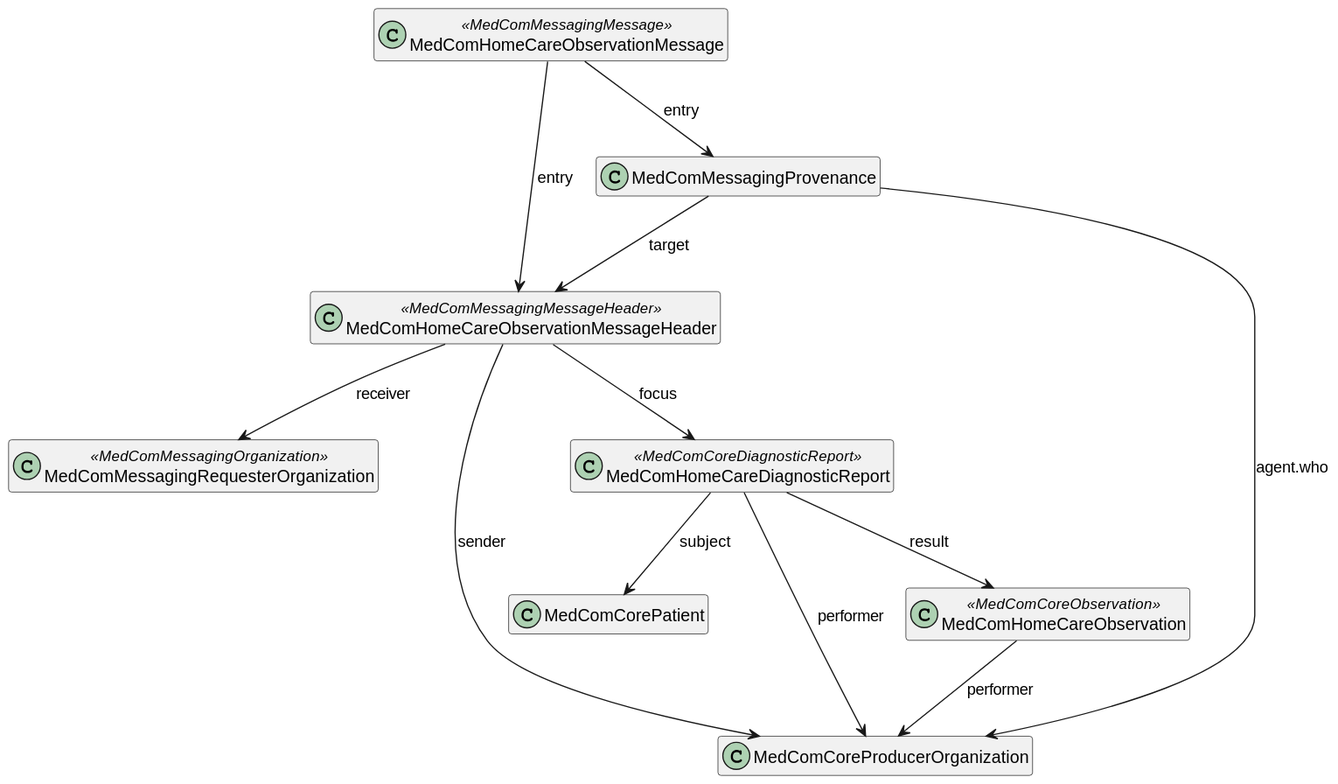
The PlantUML diagram input/images/HomeCareObservation/HomeCareObservationMessage.svg in medcomdk/dk_MunicipalityObservationResults, before a commit.
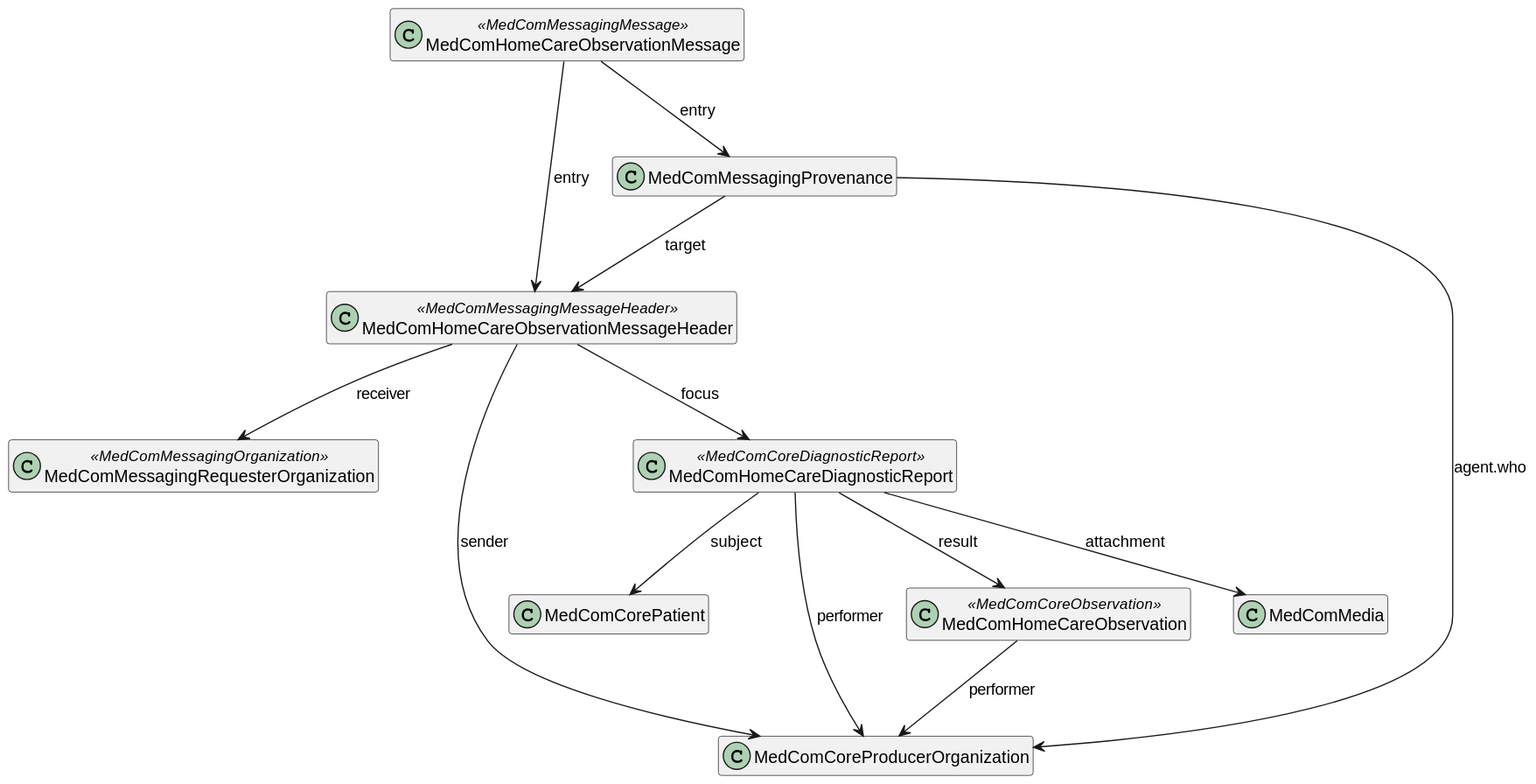
The same file after the commit.

Commit message:
pulm figures updated

The edit, as a diff of the source:
```diff
@@ -12,6 +12,7 @@
 class "MedComCoreProducerOrganization" as organization
 class "MedComHomeCareDiagnosticReport" as diagnosticReport <<MedComCoreDiagnosticReport>>
 class "MedComHomeCareObservation" as coreobservation <<MedComCoreObservation>>
+class "MedComMedia" as media
 
 message --> messageheader : "entry"
 messageheader --> diagnosticReport : "focus"
@@ -23,6 +24,7 @@
 diagnosticReport --> organization: "performer"
 diagnosticReport --> patient : "subject"
 diagnosticReport --> coreobservation : "result"
+diagnosticReport--> media : "attachment"
 coreobservation --> organization:"performer"
 
 @enduml
```
